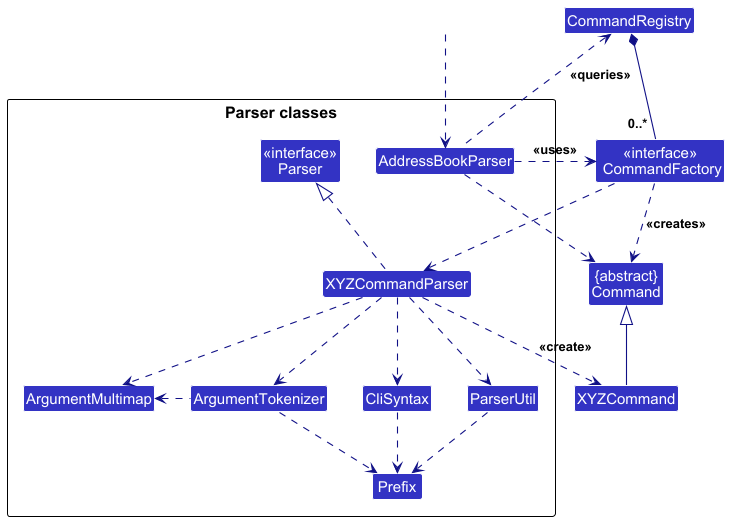
The PlantUML diagram docs/images/ParserClasses.png in Itsdaodao/tp, before a commit.
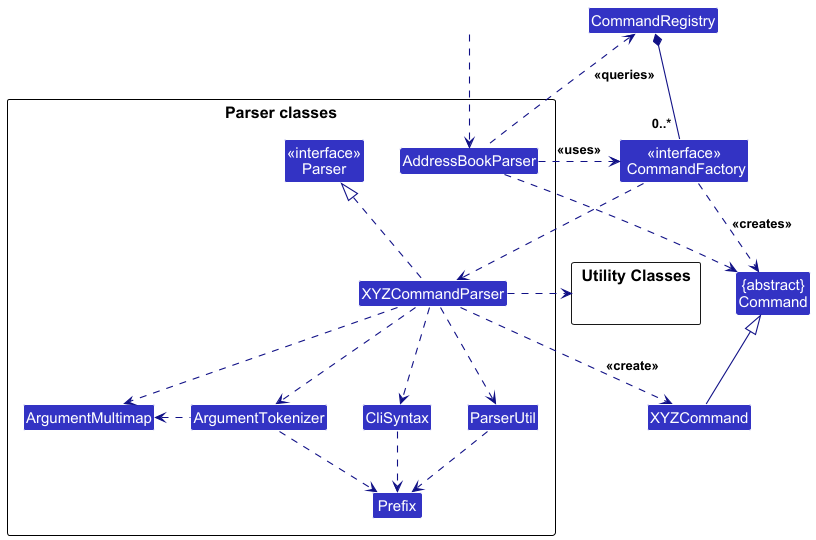
Later version of the same file.

What changed in the source:
```diff
@@ -20,6 +20,9 @@
 Class Prefix
 }
 
+package "Utility Classes" as UtilityClasses{
+}
+
 Class HiddenOutside #FFFFFF
 HiddenOutside ..> AddressBookParser
 
@@ -40,4 +43,5 @@
 AddressBookParser .up.> CommandRegistry : <<queries>>
 CommandFactory ..> XYZCommandParser
 CommandFactory ..> Command : <<creates>>
+XYZCommandParser .right.> UtilityClasses
 @enduml
```
